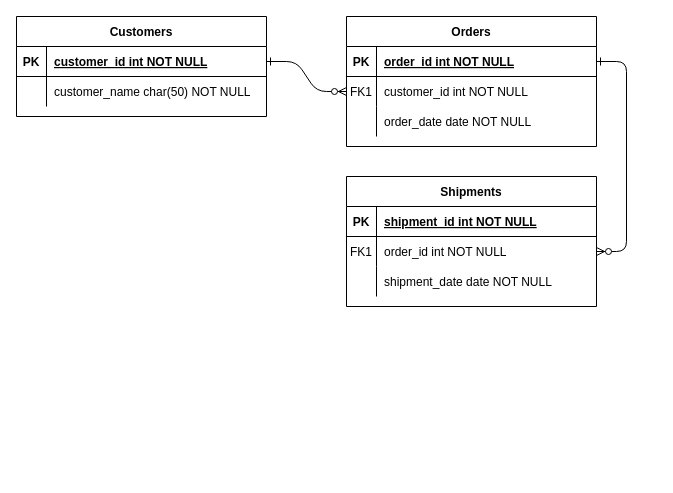
Above: ERmodel.drawio in storytellerplatform/storyteller_flowchart (draw.io), before the change. Source tidied: cells renumbered, new cells numbered last; positions are measured from the earlier drawing's top-left corner, leaving out a move shared by most shapes. Both pictures are drawn from the tidied source at 100%, with x=0, y=0 at pixel (16, 16).
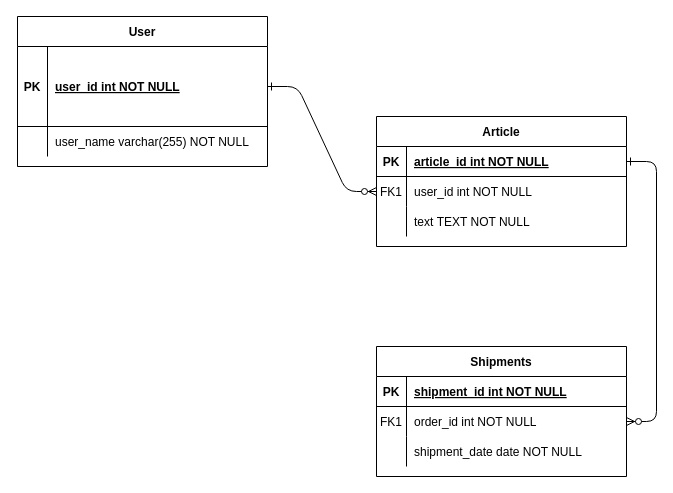
The same page after the edit.

Unchanged cells that the change refers to:
```xml
<mxCell id="5" style="shape=partialRectangle;fillColor=none;points=[[0,0.5],[1,0.5]];portConstraint=eastwest;top=0;left=0;right=0;bottom=1;" parent="4" vertex="1">
  <mxGeometry y="30" width="250" height="30" as="geometry" />
</mxCell>
<mxCell id="8" style="shape=partialRectangle;fillColor=none;points=[[0,0.5],[1,0.5]];portConstraint=eastwest;top=0;left=0;right=0;bottom=0;" parent="4" vertex="1">
  <mxGeometry y="60" width="250" height="30" as="geometry" />
</mxCell>
<mxCell id="11" style="shape=partialRectangle;fillColor=none;top=0;left=0;right=0;bottom=0;" parent="4" vertex="1">
  <mxGeometry y="90" width="250" height="30" as="geometry" />
</mxCell>
```

What changed in the source:
```diff
@@
-    <mxCell id="4" value="Orders" style="shape=table;startSize=30;childLayout=tableLayout;rowLines=0;fontStyle=1;align=center;" parent="1" vertex="1">
-      <mxGeometry x="330" width="250" height="130" as="geometry" />
+    <mxCell id="4" value="Article" style="shape=table;startSize=30;childLayout=tableLayout;rowLines=0;fontStyle=1;align=center;" parent="1" vertex="1">
+      <mxGeometry x="360" y="100" width="250" height="130" as="geometry" />
     </mxCell>
@@
-    <mxCell id="7" value="order_id int NOT NULL " style="shape=partialRectangle;overflow=hidden;fillColor=none;top=0;left=0;bottom=0;right=0;align=left;spacingLeft=6;fontStyle=5;" parent="5" vertex="1">
+    <mxCell id="7" value="article_id int NOT NULL " style="shape=partialRectangle;overflow=hidden;fillColor=none;top=0;left=0;bottom=0;right=0;align=left;spacingLeft=6;fontStyle=5;" parent="5" vertex="1">
       <mxGeometry x="30" width="220" height="30" as="geometry" />
     </mxCell>
@@
-    <mxCell id="10" value="customer_id int NOT NULL" style="shape=partialRectangle;overflow=hidden;fillColor=none;top=0;left=0;bottom=0;right=0;align=left;spacingLeft=6;" parent="8" vertex="1">
+    <mxCell id="10" value="user_id int NOT NULL" style="shape=partialRectangle;overflow=hidden;fillColor=none;top=0;left=0;bottom=0;right=0;align=left;spacingLeft=6;" parent="8" vertex="1">
       <mxGeometry x="30" width="220" height="30" as="geometry" />
     </mxCell>
@@
-    <mxCell id="13" value="order_date date NOT NULL" style="shape=partialRectangle;overflow=hidden;fillColor=none;top=0;left=0;bottom=0;right=0;align=left;spacingLeft=6;" parent="11" vertex="1">
+    <mxCell id="13" value="text TEXT NOT NULL" style="shape=partialRectangle;overflow=hidden;fillColor=none;top=0;left=0;bottom=0;right=0;align=left;spacingLeft=6;" parent="11" vertex="1">
       <mxGeometry x="30" width="220" height="30" as="geometry" />
     </mxCell>
     <mxCell id="14" value="Shipments" style="shape=table;startSize=30;childLayout=tableLayout;rowLines=0;fontStyle=1;align=center;" parent="1" vertex="1">
-      <mxGeometry x="330" y="160" width="250" height="130" as="geometry" />
+      <mxGeometry x="360" y="330" width="250" height="130" as="geometry" />
     </mxCell>
@@
-    <mxCell id="24" value="Customers" style="shape=table;startSize=30;childLayout=tableLayout;rowLines=0;fontStyle=1;align=center;" parent="1" vertex="1">
-      <mxGeometry width="250" height="100" as="geometry" />
+    <mxCell id="24" value="User" style="shape=table;startSize=30;childLayout=tableLayout;rowLines=0;fontStyle=1;align=center;" parent="1" vertex="1">
+      <mxGeometry x="1" width="250" height="150" as="geometry" />
     </mxCell>
     <mxCell id="25" style="shape=partialRectangle;fillColor=none;points=[[0,0.5],[1,0.5]];portConstraint=eastwest;top=0;left=0;right=0;bottom=1;" parent="24" vertex="1">
-      <mxGeometry y="30" width="250" height="30" as="geometry" />
+      <mxGeometry y="30" width="250" height="80" as="geometry" />
     </mxCell>
     <mxCell id="26" value="PK" style="shape=partialRectangle;overflow=hidden;fillColor=none;top=0;left=0;bottom=0;right=0;fontStyle=1;" parent="25" vertex="1">
-      <mxGeometry width="30" height="30" as="geometry" />
+      <mxGeometry width="30" height="80" as="geometry" />
     </mxCell>
-    <mxCell id="27" value="customer_id int NOT NULL " style="shape=partialRectangle;overflow=hidden;fillColor=none;top=0;left=0;bottom=0;right=0;align=left;spacingLeft=6;fontStyle=5;" parent="25" vertex="1">
-      <mxGeometry x="30" width="220" height="30" as="geometry" />
+    <mxCell id="27" value="user_id int NOT NULL " style="shape=partialRectangle;overflow=hidden;fillColor=none;top=0;left=0;bottom=0;right=0;align=left;spacingLeft=6;fontStyle=5;" parent="25" vertex="1">
+      <mxGeometry x="30" width="220" height="80" as="geometry" />
     </mxCell>
     <mxCell id="28" style="shape=partialRectangle;fillColor=none;top=0;left=0;right=0;bottom=0;" parent="24" vertex="1">
-      <mxGeometry y="60" width="250" height="30" as="geometry" />
+      <mxGeometry y="110" width="250" height="30" as="geometry" />
     </mxCell>
@@
-    <mxCell id="30" value="customer_name char(50) NOT NULL" style="shape=partialRectangle;overflow=hidden;fillColor=none;top=0;left=0;bottom=0;right=0;align=left;spacingLeft=6;" parent="28" vertex="1">
+    <mxCell id="30" value="user_name varchar(255) NOT NULL" style="shape=partialRectangle;overflow=hidden;fillColor=none;top=0;left=0;bottom=0;right=0;align=left;spacingLeft=6;" parent="28" vertex="1">
       <mxGeometry x="30" width="220" height="30" as="geometry" />
     </mxCell>
```
